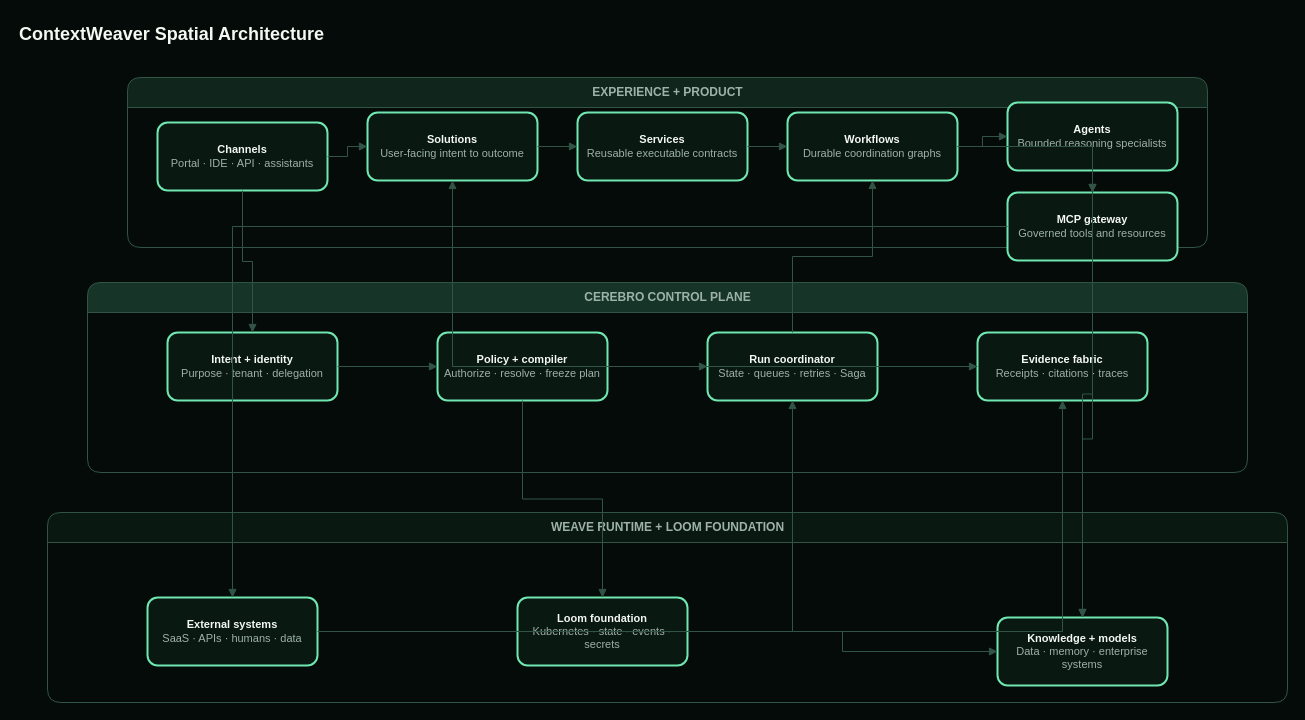
This is diagrams/contextweaver-spatial-architecture.drawio from brainzbytes/contextweaver-public-site, a draw.io file, before an edit. Source tidied: cells renumbered, new cells numbered last; positions are measured from the earlier drawing's top-left corner, leaving out a move shared by most shapes. Both pictures are drawn from the tidied source at 100%, with x=0, y=0 at pixel (17, 17).
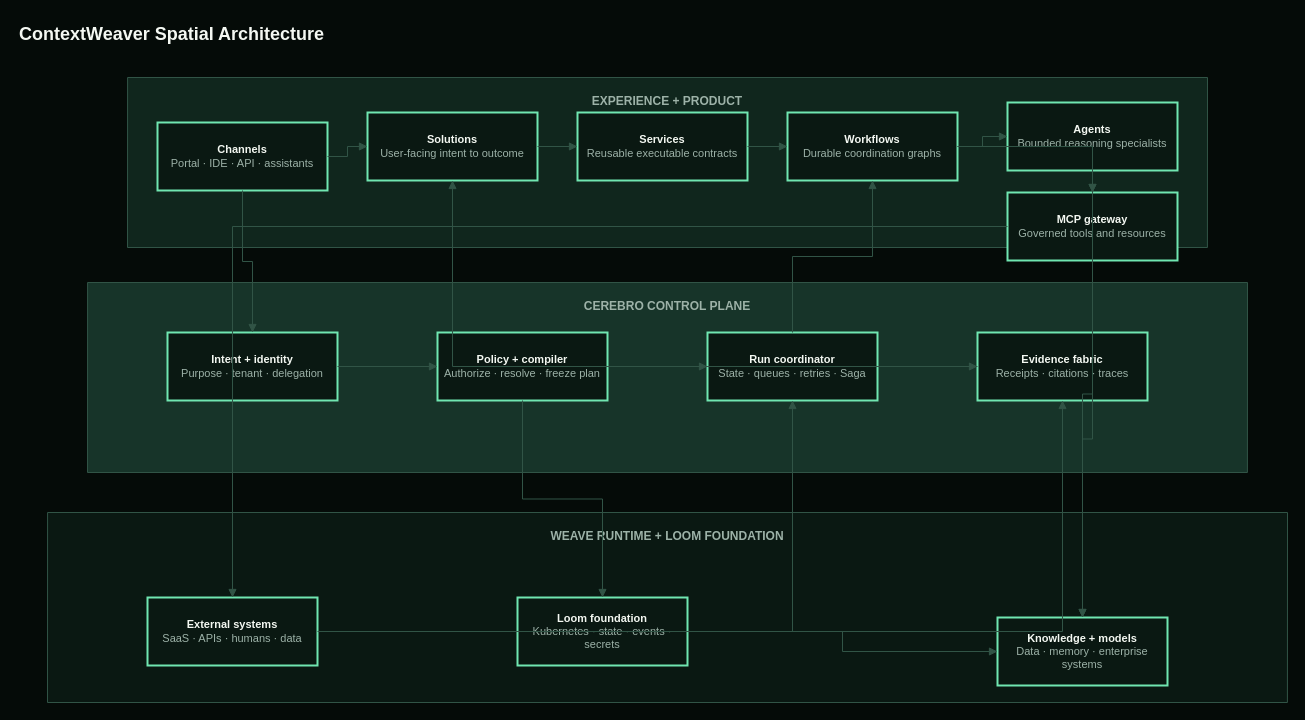
The same page after the edit.

The edit, as a diff of the source:
```diff
@@
-    <mxCell id="3" value="EXPERIENCE + PRODUCT" style="swimlane;startSize=30;rounded=1;html=1;fillColor=#10261d;strokeColor=#315446;fontColor=#9db2a8;fontStyle=1;" parent="1" vertex="1">
+    <mxCell id="3" value="EXPERIENCE + PRODUCT" style="shape=parallelogram;perimeter=parallelogramPerimeter;fixedSize=1;size=0.08;rounded=0;whiteSpace=wrap;html=1;fillColor=#10261d;strokeColor=#315446;fontColor=#9db2a8;fontStyle=1;verticalAlign=top;spacingTop=10;" parent="1" vertex="1">
       <mxGeometry x="110" y="60" width="1080" height="170" as="geometry" />
     </mxCell>
-    <mxCell id="4" value="CEREBRO CONTROL PLANE" style="swimlane;startSize=30;rounded=1;html=1;fillColor=#173429;strokeColor=#315446;fontColor=#9db2a8;fontStyle=1;" parent="1" vertex="1">
+    <mxCell id="4" value="CEREBRO CONTROL PLANE" style="shape=parallelogram;perimeter=parallelogramPerimeter;fixedSize=1;size=0.08;rounded=0;whiteSpace=wrap;html=1;fillColor=#173429;strokeColor=#315446;fontColor=#9db2a8;fontStyle=1;verticalAlign=top;spacingTop=10;" parent="1" vertex="1">
       <mxGeometry x="70" y="265" width="1160" height="190" as="geometry" />
     </mxCell>
-    <mxCell id="5" value="WEAVE RUNTIME + LOOM FOUNDATION" style="swimlane;startSize=30;rounded=1;html=1;fillColor=#0a1812;strokeColor=#315446;fontColor=#9db2a8;fontStyle=1;" parent="1" vertex="1">
+    <mxCell id="5" value="WEAVE RUNTIME + LOOM FOUNDATION" style="shape=parallelogram;perimeter=parallelogramPerimeter;fixedSize=1;size=0.08;rounded=0;whiteSpace=wrap;html=1;fillColor=#0a1812;strokeColor=#315446;fontColor=#9db2a8;fontStyle=1;verticalAlign=top;spacingTop=10;" parent="1" vertex="1">
       <mxGeometry x="30" y="495" width="1240" height="190" as="geometry" />
     </mxCell>
-    <mxCell id="6" value="&lt;b&gt;Channels&lt;/b&gt;&lt;br&gt;&lt;font color=&quot;#9db2a8&quot;&gt;Portal · IDE · API · assistants&lt;/font&gt;" style="rounded=1;whiteSpace=wrap;html=1;fillColor=#0a1812;strokeColor=#70e6b1;fontColor=#f4f8f2;fontSize=11;strokeWidth=2;" parent="1" vertex="1">
+    <mxCell id="6" value="&lt;b&gt;Channels&lt;/b&gt;&lt;br&gt;&lt;font color=&quot;#9db2a8&quot;&gt;Portal · IDE · API · assistants&lt;/font&gt;" style="rounded=0;arcSize=4;whiteSpace=wrap;html=1;fillColor=#0a1812;strokeColor=#70e6b1;fontColor=#f4f8f2;fontSize=11;strokeWidth=2;" parent="1" vertex="1">
       <mxGeometry x="140" y="105" width="170" height="68" as="geometry" />
     </mxCell>
-    <mxCell id="7" value="&lt;b&gt;Solutions&lt;/b&gt;&lt;br&gt;&lt;font color=&quot;#9db2a8&quot;&gt;User-facing intent to outcome&lt;/font&gt;" style="rounded=1;whiteSpace=wrap;html=1;fillColor=#0a1812;strokeColor=#70e6b1;fontColor=#f4f8f2;fontSize=11;strokeWidth=2;" parent="1" vertex="1">
+    <mxCell id="7" value="&lt;b&gt;Solutions&lt;/b&gt;&lt;br&gt;&lt;font color=&quot;#9db2a8&quot;&gt;User-facing intent to outcome&lt;/font&gt;" style="rounded=0;arcSize=4;whiteSpace=wrap;html=1;fillColor=#0a1812;strokeColor=#70e6b1;fontColor=#f4f8f2;fontSize=11;strokeWidth=2;" parent="1" vertex="1">
       <mxGeometry x="350" y="95" width="170" height="68" as="geometry" />
     </mxCell>
-    <mxCell id="8" value="&lt;b&gt;Services&lt;/b&gt;&lt;br&gt;&lt;font color=&quot;#9db2a8&quot;&gt;Reusable executable contracts&lt;/font&gt;" style="rounded=1;whiteSpace=wrap;html=1;fillColor=#0a1812;strokeColor=#70e6b1;fontColor=#f4f8f2;fontSize=11;strokeWidth=2;" parent="1" vertex="1">
+    <mxCell id="8" value="&lt;b&gt;Services&lt;/b&gt;&lt;br&gt;&lt;font color=&quot;#9db2a8&quot;&gt;Reusable executable contracts&lt;/font&gt;" style="rounded=0;arcSize=4;whiteSpace=wrap;html=1;fillColor=#0a1812;strokeColor=#70e6b1;fontColor=#f4f8f2;fontSize=11;strokeWidth=2;" parent="1" vertex="1">
       <mxGeometry x="560" y="95" width="170" height="68" as="geometry" />
     </mxCell>
-    <mxCell id="9" value="&lt;b&gt;Workflows&lt;/b&gt;&lt;br&gt;&lt;font color=&quot;#9db2a8&quot;&gt;Durable coordination graphs&lt;/font&gt;" style="rounded=1;whiteSpace=wrap;html=1;fillColor=#0a1812;strokeColor=#70e6b1;fontColor=#f4f8f2;fontSize=11;strokeWidth=2;" parent="1" vertex="1">
+    <mxCell id="9" value="&lt;b&gt;Workflows&lt;/b&gt;&lt;br&gt;&lt;font color=&quot;#9db2a8&quot;&gt;Durable coordination graphs&lt;/font&gt;" style="rounded=0;arcSize=4;whiteSpace=wrap;html=1;fillColor=#0a1812;strokeColor=#70e6b1;fontColor=#f4f8f2;fontSize=11;strokeWidth=2;" parent="1" vertex="1">
       <mxGeometry x="770" y="95" width="170" height="68" as="geometry" />
     </mxCell>
-    <mxCell id="10" value="&lt;b&gt;Agents&lt;/b&gt;&lt;br&gt;&lt;font color=&quot;#9db2a8&quot;&gt;Bounded reasoning specialists&lt;/font&gt;" style="rounded=1;whiteSpace=wrap;html=1;fillColor=#0a1812;strokeColor=#70e6b1;fontColor=#f4f8f2;fontSize=11;strokeWidth=2;" parent="1" vertex="1">
+    <mxCell id="10" value="&lt;b&gt;Agents&lt;/b&gt;&lt;br&gt;&lt;font color=&quot;#9db2a8&quot;&gt;Bounded reasoning specialists&lt;/font&gt;" style="rounded=0;arcSize=4;whiteSpace=wrap;html=1;fillColor=#0a1812;strokeColor=#70e6b1;fontColor=#f4f8f2;fontSize=11;strokeWidth=2;" parent="1" vertex="1">
       <mxGeometry x="990" y="85" width="170" height="68" as="geometry" />
     </mxCell>
-    <mxCell id="11" value="&lt;b&gt;MCP gateway&lt;/b&gt;&lt;br&gt;&lt;font color=&quot;#9db2a8&quot;&gt;Governed tools and resources&lt;/font&gt;" style="rounded=1;whiteSpace=wrap;html=1;fillColor=#0a1812;strokeColor=#70e6b1;fontColor=#f4f8f2;fontSize=11;strokeWidth=2;" parent="1" vertex="1">
+    <mxCell id="11" value="&lt;b&gt;MCP gateway&lt;/b&gt;&lt;br&gt;&lt;font color=&quot;#9db2a8&quot;&gt;Governed tools and resources&lt;/font&gt;" style="rounded=0;arcSize=4;whiteSpace=wrap;html=1;fillColor=#0a1812;strokeColor=#70e6b1;fontColor=#f4f8f2;fontSize=11;strokeWidth=2;" parent="1" vertex="1">
       <mxGeometry x="990" y="175" width="170" height="68" as="geometry" />
     </mxCell>
-    <mxCell id="12" value="&lt;b&gt;Knowledge + models&lt;/b&gt;&lt;br&gt;&lt;font color=&quot;#9db2a8&quot;&gt;Data · memory · enterprise systems&lt;/font&gt;" style="rounded=1;whiteSpace=wrap;html=1;fillColor=#0a1812;strokeColor=#70e6b1;fontColor=#f4f8f2;fontSize=11;strokeWidth=2;" parent="1" vertex="1">
+    <mxCell id="12" value="&lt;b&gt;Knowledge + models&lt;/b&gt;&lt;br&gt;&lt;font color=&quot;#9db2a8&quot;&gt;Data · memory · enterprise systems&lt;/font&gt;" style="rounded=0;arcSize=4;whiteSpace=wrap;html=1;fillColor=#0a1812;strokeColor=#70e6b1;fontColor=#f4f8f2;fontSize=11;strokeWidth=2;" parent="1" vertex="1">
       <mxGeometry x="980" y="600" width="170" height="68" as="geometry" />
     </mxCell>
-    <mxCell id="13" value="&lt;b&gt;Intent + identity&lt;/b&gt;&lt;br&gt;&lt;font color=&quot;#9db2a8&quot;&gt;Purpose · tenant · delegation&lt;/font&gt;" style="rounded=1;whiteSpace=wrap;html=1;fillColor=#0a1812;strokeColor=#70e6b1;fontColor=#f4f8f2;fontSize=11;strokeWidth=2;" parent="1" vertex="1">
+    <mxCell id="13" value="&lt;b&gt;Intent + identity&lt;/b&gt;&lt;br&gt;&lt;font color=&quot;#9db2a8&quot;&gt;Purpose · tenant · delegation&lt;/font&gt;" style="rounded=0;arcSize=4;whiteSpace=wrap;html=1;fillColor=#0a1812;strokeColor=#70e6b1;fontColor=#f4f8f2;fontSize=11;strokeWidth=2;" parent="1" vertex="1">
       <mxGeometry x="150" y="315" width="170" height="68" as="geometry" />
     </mxCell>
-    <mxCell id="14" value="&lt;b&gt;Policy + compiler&lt;/b&gt;&lt;br&gt;&lt;font color=&quot;#9db2a8&quot;&gt;Authorize · resolve · freeze plan&lt;/font&gt;" style="rounded=1;whiteSpace=wrap;html=1;fillColor=#0a1812;strokeColor=#70e6b1;fontColor=#f4f8f2;fontSize=11;strokeWidth=2;" parent="1" vertex="1">
+    <mxCell id="14" value="&lt;b&gt;Policy + compiler&lt;/b&gt;&lt;br&gt;&lt;font color=&quot;#9db2a8&quot;&gt;Authorize · resolve · freeze plan&lt;/font&gt;" style="rounded=0;arcSize=4;whiteSpace=wrap;html=1;fillColor=#0a1812;strokeColor=#70e6b1;fontColor=#f4f8f2;fontSize=11;strokeWidth=2;" parent="1" vertex="1">
       <mxGeometry x="420" y="315" width="170" height="68" as="geometry" />
     </mxCell>
-    <mxCell id="15" value="&lt;b&gt;Run coordinator&lt;/b&gt;&lt;br&gt;&lt;font color=&quot;#9db2a8&quot;&gt;State · queues · retries · Saga&lt;/font&gt;" style="rounded=1;whiteSpace=wrap;html=1;fillColor=#0a1812;strokeColor=#70e6b1;fontColor=#f4f8f2;fontSize=11;strokeWidth=2;" parent="1" vertex="1">
+    <mxCell id="15" value="&lt;b&gt;Run coordinator&lt;/b&gt;&lt;br&gt;&lt;font color=&quot;#9db2a8&quot;&gt;State · queues · retries · Saga&lt;/font&gt;" style="rounded=0;arcSize=4;whiteSpace=wrap;html=1;fillColor=#0a1812;strokeColor=#70e6b1;fontColor=#f4f8f2;fontSize=11;strokeWidth=2;" parent="1" vertex="1">
       <mxGeometry x="690" y="315" width="170" height="68" as="geometry" />
     </mxCell>
-    <mxCell id="16" value="&lt;b&gt;Evidence fabric&lt;/b&gt;&lt;br&gt;&lt;font color=&quot;#9db2a8&quot;&gt;Receipts · citations · traces&lt;/font&gt;" style="rounded=1;whiteSpace=wrap;html=1;fillColor=#0a1812;strokeColor=#70e6b1;fontColor=#f4f8f2;fontSize=11;strokeWidth=2;" parent="1" vertex="1">
+    <mxCell id="16" value="&lt;b&gt;Evidence fabric&lt;/b&gt;&lt;br&gt;&lt;font color=&quot;#9db2a8&quot;&gt;Receipts · citations · traces&lt;/font&gt;" style="rounded=0;arcSize=4;whiteSpace=wrap;html=1;fillColor=#0a1812;strokeColor=#70e6b1;fontColor=#f4f8f2;fontSize=11;strokeWidth=2;" parent="1" vertex="1">
       <mxGeometry x="960" y="315" width="170" height="68" as="geometry" />
     </mxCell>
-    <mxCell id="17" value="&lt;b&gt;External systems&lt;/b&gt;&lt;br&gt;&lt;font color=&quot;#9db2a8&quot;&gt;SaaS · APIs · humans · data&lt;/font&gt;" style="rounded=1;whiteSpace=wrap;html=1;fillColor=#0a1812;strokeColor=#70e6b1;fontColor=#f4f8f2;fontSize=11;strokeWidth=2;" parent="1" vertex="1">
+    <mxCell id="17" value="&lt;b&gt;External systems&lt;/b&gt;&lt;br&gt;&lt;font color=&quot;#9db2a8&quot;&gt;SaaS · APIs · humans · data&lt;/font&gt;" style="rounded=0;arcSize=4;whiteSpace=wrap;html=1;fillColor=#0a1812;strokeColor=#70e6b1;fontColor=#f4f8f2;fontSize=11;strokeWidth=2;" parent="1" vertex="1">
       <mxGeometry x="130" y="580" width="170" height="68" as="geometry" />
     </mxCell>
-    <mxCell id="18" value="&lt;b&gt;Loom foundation&lt;/b&gt;&lt;br&gt;&lt;font color=&quot;#9db2a8&quot;&gt;Kubernetes · state · events · secrets&lt;/font&gt;" style="rounded=1;whiteSpace=wrap;html=1;fillColor=#0a1812;strokeColor=#70e6b1;fontColor=#f4f8f2;fontSize=11;strokeWidth=2;" parent="1" vertex="1">
+    <mxCell id="18" value="&lt;b&gt;Loom foundation&lt;/b&gt;&lt;br&gt;&lt;font color=&quot;#9db2a8&quot;&gt;Kubernetes · state · events · secrets&lt;/font&gt;" style="rounded=0;arcSize=4;whiteSpace=wrap;html=1;fillColor=#0a1812;strokeColor=#70e6b1;fontColor=#f4f8f2;fontSize=11;strokeWidth=2;" parent="1" vertex="1">
       <mxGeometry x="500" y="580" width="170" height="68" as="geometry" />
     </mxCell>
```
